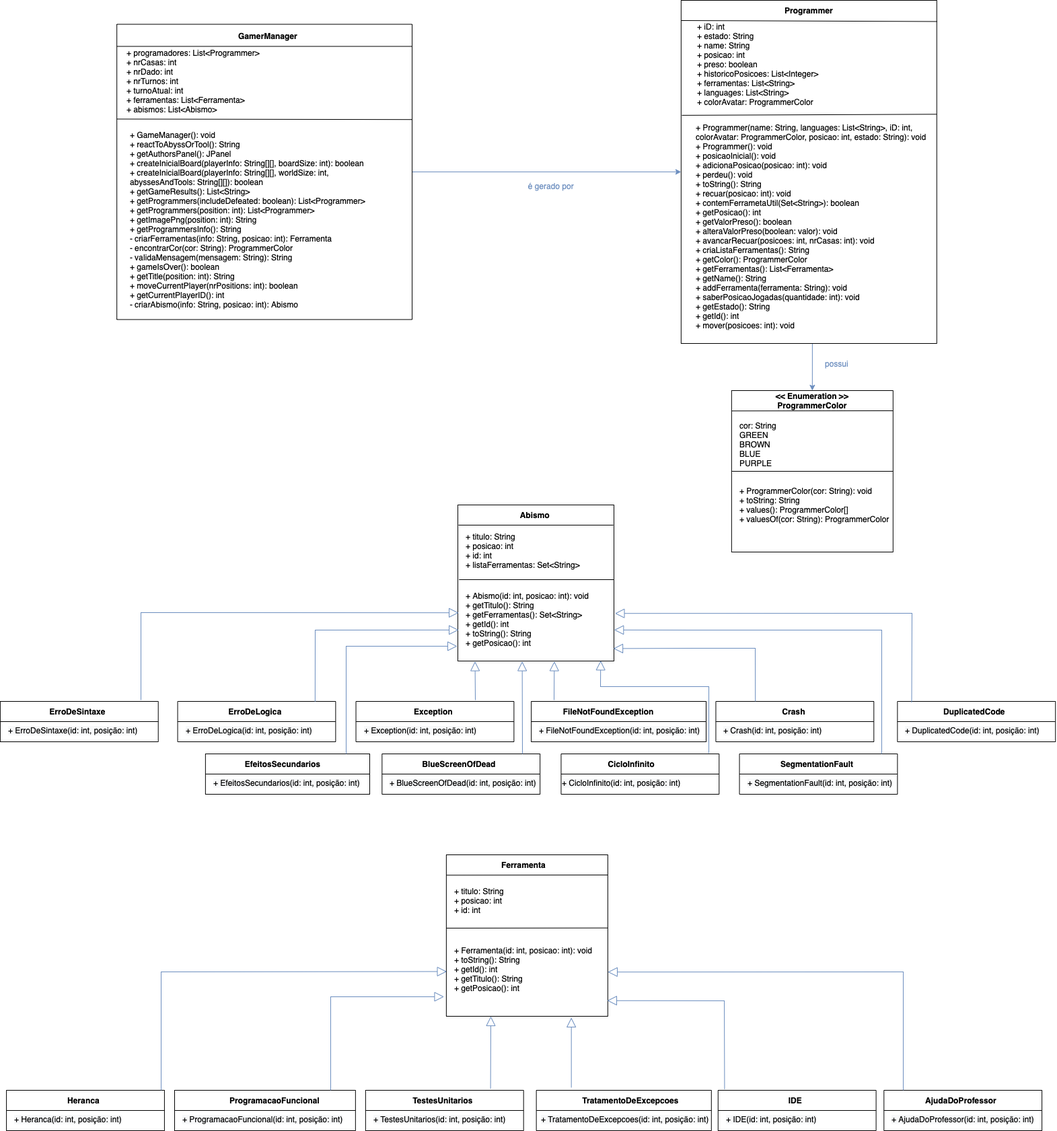
Earlier version of the draw.io export diagrama.png (tiagoagueda240/O-Grande-Jogo-do-DEISI). Source tidied: cells renumbered, new cells last; positions are measured from the earlier drawing's top-left corner, leaving out a move shared by most shapes.
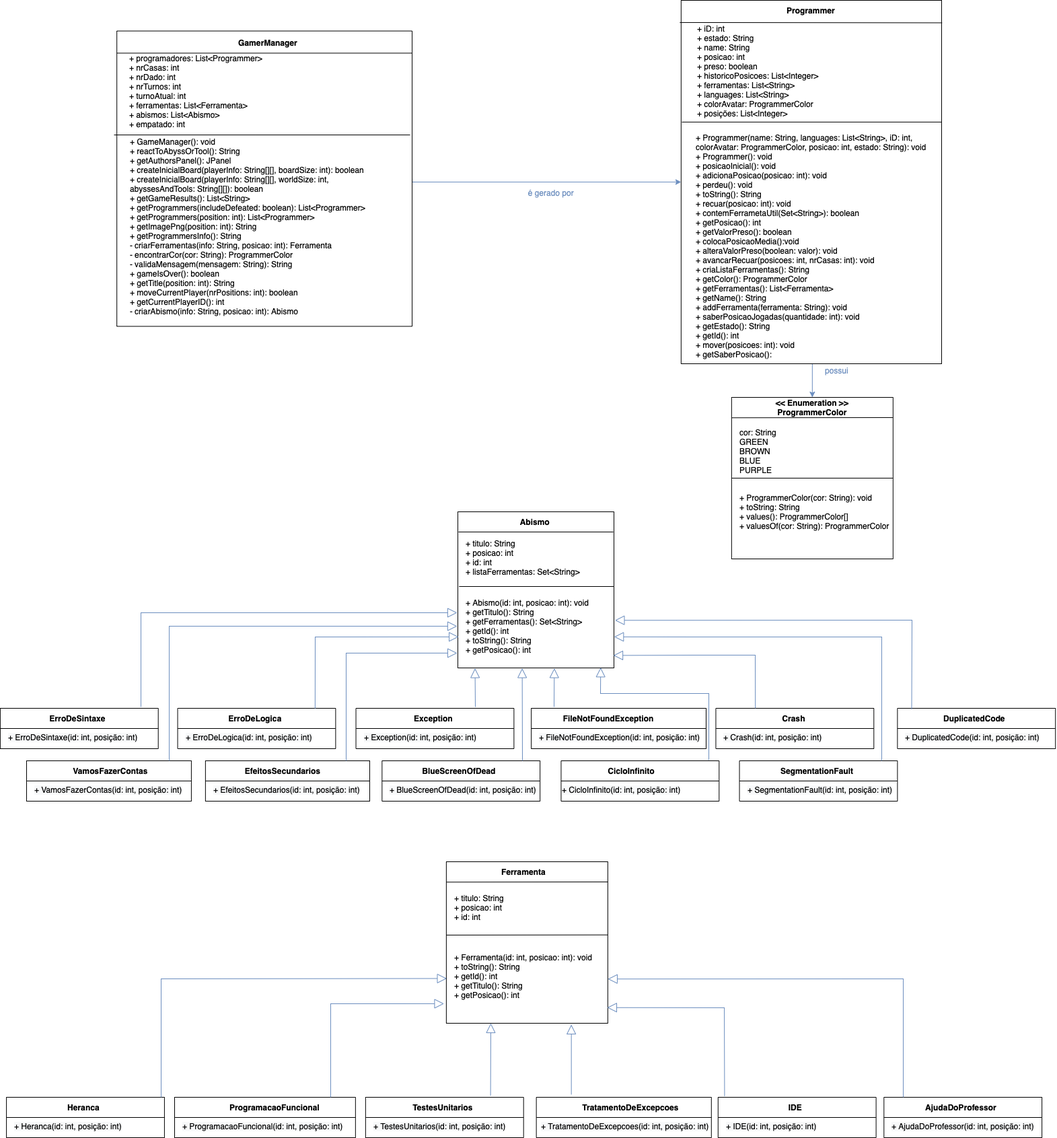
Later version of the same file.

Change to the diagram source:
```diff
@@ -11,33 +11,38 @@
       </mxGeometry>
     </mxCell>
     <mxCell id="3" style="rounded=0;whiteSpace=wrap;html=1;" parent="1" vertex="1">
-      <mxGeometry x="1011.8" width="380" height="510" as="geometry" />
+      <mxGeometry x="1011.8" y="-10" width="387.2" height="540" as="geometry" />
     </mxCell>
     <mxCell id="4" style="edgeStyle=orthogonalEdgeStyle;rounded=0;jettySize=auto;html=1;exitX=1;exitY=0.5;exitDx=0;exitDy=0;entryX=0;entryY=0.5;entryDx=0;entryDy=0;strokeColor=#6C8EBF;" parent="1" edge="1" source="5" target="3">
-      <mxGeometry relative="1" as="geometry" />
+      <mxGeometry relative="1" as="geometry">
+        <Array as="points">
+          <mxPoint x="612" y="260" />
+        </Array>
+      </mxGeometry>
     </mxCell>
     <mxCell id="5" style="whiteSpace=wrap;html=1;" parent="1" vertex="1">
       <mxGeometry x="173.2" y="35.6" width="438.9" height="438.9" as="geometry" />
     </mxCell>
     <mxCell id="6" value="&lt;b&gt;Programmer&lt;/b&gt;" style="text;html=1;strokeColor=none;fillColor=none;align=center;verticalAlign=middle;whiteSpace=wrap;rounded=0;" parent="1" vertex="1">
-      <mxGeometry x="1146.8" width="110" height="30" as="geometry" />
+      <mxGeometry x="1150.4" y="-10" width="110" height="30" as="geometry" />
     </mxCell>
     <mxCell id="7" value="&lt;b&gt;GamerManager&lt;/b&gt;" style="text;html=1;strokeColor=none;fillColor=none;align=center;verticalAlign=middle;whiteSpace=wrap;rounded=0;" parent="1" vertex="1">
       <mxGeometry x="343.2" y="35.6" width="110" height="34.4" as="geometry" />
     </mxCell>
-    <mxCell id="8" value="+ iD: int&lt;br&gt;+ estado: String&lt;br&gt;+ name: String&lt;br&gt;+ posicao: int&lt;br&gt;+ preso: boolean&lt;br&gt;+ historicoPosicoes: List&amp;lt;Integer&amp;gt;&lt;br&gt;+ ferramentas: List&amp;lt;String&amp;gt;&lt;br&gt;+ languages: List&amp;lt;String&amp;gt;&lt;br&gt;+ colorAvatar: ProgrammerColor" style="text;html=1;strokeColor=none;fillColor=none;align=left;verticalAlign=middle;whiteSpace=wrap;rounded=0;" parent="1" vertex="1">
+    <mxCell id="8" value="+ iD: int&lt;br&gt;+ estado: String&lt;br&gt;+ name: String&lt;br&gt;+ posicao: int&lt;br&gt;+ preso: boolean&lt;br&gt;+ historicoPosicoes: List&amp;lt;Integer&amp;gt;&lt;br&gt;+ ferramentas: List&amp;lt;String&amp;gt;&lt;br&gt;+ languages: List&amp;lt;String&amp;gt;&lt;br&gt;+ colorAvatar: ProgrammerColor&lt;br&gt;+ posições: List&amp;lt;Integer&amp;gt;" style="text;html=1;strokeColor=none;fillColor=none;align=left;verticalAlign=middle;whiteSpace=wrap;rounded=0;" parent="1" vertex="1">
       <mxGeometry x="1033.5" y="50" width="260" height="90" as="geometry" />
     </mxCell>
-    <mxCell id="9" value="+ Programmer(name: String, languages: List&amp;lt;String&amp;gt;, iD: int, colorAvatar: ProgrammerColor, posicao: int, estado: String): void&lt;br&gt;+ Programmer(): void&lt;br&gt;+ posicaoInicial(): void&lt;br&gt;+ adicionaPosicao(posicao: int): void&lt;br&gt;+ perdeu(): void&lt;br&gt;+ toString(): String&lt;br&gt;+ recuar(posicao: int): void&lt;br&gt;+ contemFerrametaUtil(Set&amp;lt;String&amp;gt;): boolean&lt;br&gt;+ getPosicao(): int&lt;br&gt;+ getValorPreso(): boolean&lt;br&gt;+ alteraValorPreso(boolean: valor): void&lt;br&gt;+ avancarRecuar(posicoes: int, nrCasas: int): void&lt;br&gt;+ criaListaFerramentas(): String&lt;br&gt;+ getColor(): ProgrammerColor&lt;br&gt;+ getFerramentas(): List&amp;lt;Ferramenta&amp;gt;&lt;br&gt;+ getName(): String&lt;br&gt;+ addFerramenta(ferramenta: String): void&lt;br&gt;+ saberPosicaoJogadas(quantidade: int): void&lt;br&gt;+ getEstado(): String&lt;br&gt;+ getId(): int&lt;br&gt;+ mover(posicoes: int): void" style="text;html=1;strokeColor=none;fillColor=none;align=left;verticalAlign=middle;whiteSpace=wrap;rounded=0;" parent="1" vertex="1">
-      <mxGeometry x="1031.8" y="281" width="350" height="109" as="geometry" />
+    <mxCell id="9" value="+ Programmer(name: String, languages: List&amp;lt;String&amp;gt;, iD: int, colorAvatar: ProgrammerColor, posicao: int, estado: String): void&lt;br&gt;+ Programmer(): void&lt;br&gt;+ posicaoInicial(): void&lt;br&gt;+ adicionaPosicao(posicao: int): void&lt;br&gt;+ perdeu(): void&lt;br&gt;+ toString(): String&lt;br&gt;+ recuar(posicao: int): void&lt;br&gt;+ contemFerrametaUtil(Set&amp;lt;String&amp;gt;): boolean&lt;br&gt;+ getPosicao(): int&lt;br&gt;+ getValorPreso(): boolean&lt;br&gt;+ colocaPosicaoMedia():void&lt;br&gt;+ alteraValorPreso(boolean: valor): void&lt;br&gt;+ avancarRecuar(posicoes: int, nrCasas: int): void&lt;br&gt;+ criaListaFerramentas(): String&lt;br&gt;+ getColor(): ProgrammerColor&lt;br&gt;+ getFerramentas(): List&amp;lt;Ferramenta&amp;gt;&lt;br&gt;+ getName(): String&lt;br&gt;+ addFerramenta(ferramenta: String): void&lt;br&gt;+ saberPosicaoJogadas(quantidade: int): void&lt;br&gt;+ getEstado(): String&lt;br&gt;+ getId(): int&lt;br&gt;+ mover(posicoes: int): void&lt;br&gt;+ getSaberPosicao():" style="text;html=1;strokeColor=none;fillColor=none;align=left;verticalAlign=middle;whiteSpace=wrap;rounded=0;" parent="1" vertex="1">
+      <mxGeometry x="1031.8" y="300" width="350" height="109" as="geometry" />
     </mxCell>
-    <mxCell id="10" style="endArrow=none;html=1;rounded=0;entryX=0.999;entryY=0.332;entryDx=0;entryDy=0;entryPerimeter=0;" parent="1" edge="1" target="3">
+    <mxCell id="10" style="endArrow=none;html=1;rounded=0;" parent="1" edge="1">
       <mxGeometry relative="1" as="geometry">
         <mxPoint x="1013" y="170.9" as="sourcePoint" />
+        <mxPoint x="1399" y="171" as="targetPoint" />
       </mxGeometry>
     </mxCell>
-    <mxCell id="11" value="+ programadores: List&amp;lt;Programmer&amp;gt;&lt;br&gt;+ nrCasas: int&lt;br&gt;+ nrDado: int&lt;br&gt;+ nrTurnos: int&lt;br&gt;+ turnoAtual: int&lt;br&gt;+ ferramentas: List&amp;lt;Ferramenta&amp;gt;&lt;br&gt;+ abismos: List&amp;lt;Abismo&amp;gt;" style="text;html=1;strokeColor=none;fillColor=none;align=left;verticalAlign=middle;whiteSpace=wrap;rounded=0;" parent="1" vertex="1">
-      <mxGeometry x="186.5" y="74.6" width="260" height="90" as="geometry" />
+    <mxCell id="11" value="+ programadores: List&amp;lt;Programmer&amp;gt;&lt;br&gt;+ nrCasas: int&lt;br&gt;+ nrDado: int&lt;br&gt;+ nrTurnos: int&lt;br&gt;+ turnoAtual: int&lt;br&gt;+ ferramentas: List&amp;lt;Ferramenta&amp;gt;&lt;br&gt;+ abismos: List&amp;lt;Abismo&amp;gt;&lt;br&gt;+ empatado: int" style="text;html=1;strokeColor=none;fillColor=none;align=left;verticalAlign=middle;whiteSpace=wrap;rounded=0;" parent="1" vertex="1">
+      <mxGeometry x="189.9" y="80" width="260" height="90" as="geometry" />
     </mxCell>
     <mxCell id="12" value="+ GameManager(): void&lt;br&gt;+ reactToAbyssOrTool(): String&lt;br&gt;+ getAuthorsPanel(): JPanel&lt;br&gt;+ createInicialBoard(playerInfo: String[][], boardSize: int): boolean&lt;br&gt;+ createInicialBoard(playerInfo: String[][], worldSize: int, abyssesAndTools: String[][]): boolean&lt;br&gt;+ getGameResults(): List&amp;lt;String&amp;gt;&lt;br&gt;+ getProgrammers(includeDefeated: boolean): List&amp;lt;Programmer&amp;gt;&lt;br&gt;+ getProgrammers(position: int): List&amp;lt;Programmer&amp;gt;&lt;br&gt;+ getImagePng(position: int): String&lt;br&gt;+ getProgrammersInfo(): String&lt;br&gt;- criarFerramentas(info: String, posicao: int): Ferramenta&lt;br&gt;- encontrarCor(cor: String): ProgrammerColor&lt;br&gt;- validaMensagem(mensagem: String): String&lt;br&gt;+ gameIsOver(): boolean&lt;br&gt;+ getTitle(position: int): String&lt;br&gt;+ moveCurrentPlayer(nrPositions: int): boolean&lt;br&gt;+ getCurrentPlayerID(): int&lt;br&gt;- criarAbismo(info: String, posicao: int): Abismo" style="text;html=1;strokeColor=none;fillColor=none;align=left;verticalAlign=middle;whiteSpace=wrap;rounded=0;" parent="1" vertex="1">
       <mxGeometry x="190.7" y="265.6" width="368.3" height="120" as="geometry" />
@@ -48,18 +53,20 @@
         <mxPoint x="612.1" y="68.6" as="targetPoint" />
       </mxGeometry>
     </mxCell>
-    <mxCell id="14" style="endArrow=none;html=1;rounded=0;entryX=1.001;entryY=0.323;entryDx=0;entryDy=0;entryPerimeter=0;" parent="1" edge="1" target="5">
+    <mxCell id="14" style="endArrow=none;html=1;rounded=0;" parent="1" edge="1">
       <mxGeometry relative="1" as="geometry">
-        <mxPoint x="173.2" y="176.4" as="sourcePoint" />
+        <mxPoint x="169" y="190" as="sourcePoint" />
+        <mxPoint x="609" y="190" as="targetPoint" />
+        <Array as="points">
+          <mxPoint x="379" y="190" />
+        </Array>
       </mxGeometry>
     </mxCell>
     <mxCell id="15" value="&lt;font color=&quot;#6c8ebf&quot;&gt;é gerado por&amp;nbsp;&lt;/font&gt;" style="text;html=1;align=center;verticalAlign=middle;strokeColor=none;fillColor=none;" parent="1" vertex="1">
       <mxGeometry x="774.5" y="265.6" width="90" height="20" as="geometry" />
     </mxCell>
-    <mxCell id="16" style="endArrow=none;html=1;rounded=0;entryX=1.002;entryY=0.062;entryDx=0;entryDy=0;entryPerimeter=0;" parent="1" edge="1" target="3">
-      <mxGeometry relative="1" as="geometry">
-        <mxPoint x="1011.8" y="30" as="sourcePoint" />
-      </mxGeometry>
+    <mxCell id="16" style="endArrow=none;html=1;rounded=0;entryX=1.002;entryY=0.062;entryDx=0;entryDy=0;entryPerimeter=0;exitX=-0.005;exitY=0.061;exitDx=0;exitDy=0;exitPerimeter=0;" parent="1" edge="1" source="3" target="3">
+      <mxGeometry relative="1" as="geometry" />
     </mxCell>
     <mxCell id="17" style="whiteSpace=wrap;html=1;" parent="1" vertex="1">
       <mxGeometry x="680" y="750" width="232" height="232" as="geometry" />
@@ -393,12 +400,13 @@
         </Array>
       </mxGeometry>
     </mxCell>
-    <mxCell id="106" style="endArrow=block;endFill=0;endSize=12;html=1;rounded=0;fillColor=#dae8fc;strokeColor=#6c8ebf;entryX=0.005;entryY=0.691;entryDx=0;entryDy=0;entryPerimeter=0;" parent="1" edge="1" target="17">
+    <mxCell id="106" style="endArrow=block;endFill=0;endSize=12;html=1;rounded=0;fillColor=#dae8fc;strokeColor=#6c8ebf;" parent="1" edge="1">
       <mxGeometry relative="1" as="geometry">
         <mxPoint x="209" y="1040" as="sourcePoint" />
+        <mxPoint x="679" y="900" as="targetPoint" />
         <Array as="points">
           <mxPoint x="209" y="980" />
-          <mxPoint x="209" y="910" />
+          <mxPoint x="209" y="900" />
         </Array>
       </mxGeometry>
     </mxCell>
@@ -464,5 +472,26 @@
         </Array>
       </mxGeometry>
     </mxCell>
+    <mxCell id="116" style="rounded=0;whiteSpace=wrap;html=1;" parent="1" vertex="1">
+      <mxGeometry x="39" y="1120" width="244.9" height="60" as="geometry" />
+    </mxCell>
+    <mxCell id="117" value="&lt;b&gt;VamosFazerContas&lt;/b&gt;" style="text;html=1;strokeColor=none;fillColor=none;align=center;verticalAlign=middle;whiteSpace=wrap;rounded=0;" parent="1" vertex="1">
+      <mxGeometry x="134.1" y="1120" width="60" height="30" as="geometry" />
+    </mxCell>
+    <mxCell id="118" style="endArrow=none;html=1;rounded=0;entryX=1;entryY=0.5;entryDx=0;entryDy=0;exitX=0;exitY=0.5;exitDx=0;exitDy=0;" parent="1" edge="1" source="116" target="116">
+      <mxGeometry relative="1" as="geometry" />
+    </mxCell>
+    <mxCell id="119" value="&lt;span style=&quot;color: rgb(0 , 0 , 0) ; font-family: &amp;#34;helvetica&amp;#34; ; font-size: 12px ; font-style: normal ; font-weight: normal ; letter-spacing: normal ; text-align: center ; text-indent: 0px ; text-transform: none ; word-spacing: 0px ; background-color: rgb(248 , 249 , 250) ; text-decoration: none ; display: inline ; float: none&quot;&gt;+ VamosFazerContas(id: int, posição: int)&lt;/span&gt;" style="text;whiteSpace=wrap;html=1;" parent="1" vertex="1">
+      <mxGeometry x="48.6" y="1150" width="224.9" height="30" as="geometry" />
+    </mxCell>
+    <mxCell id="120" style="endArrow=block;endFill=0;endSize=12;html=1;rounded=0;fillColor=#dae8fc;strokeColor=#6c8ebf;" parent="1" edge="1">
+      <mxGeometry relative="1" as="geometry">
+        <mxPoint x="251" y="1120" as="sourcePoint" />
+        <mxPoint x="679" y="920" as="targetPoint" />
+        <Array as="points">
+          <mxPoint x="251" y="920" />
+        </Array>
+      </mxGeometry>
+    </mxCell>
   </root>
 </mxGraphModel>
```
